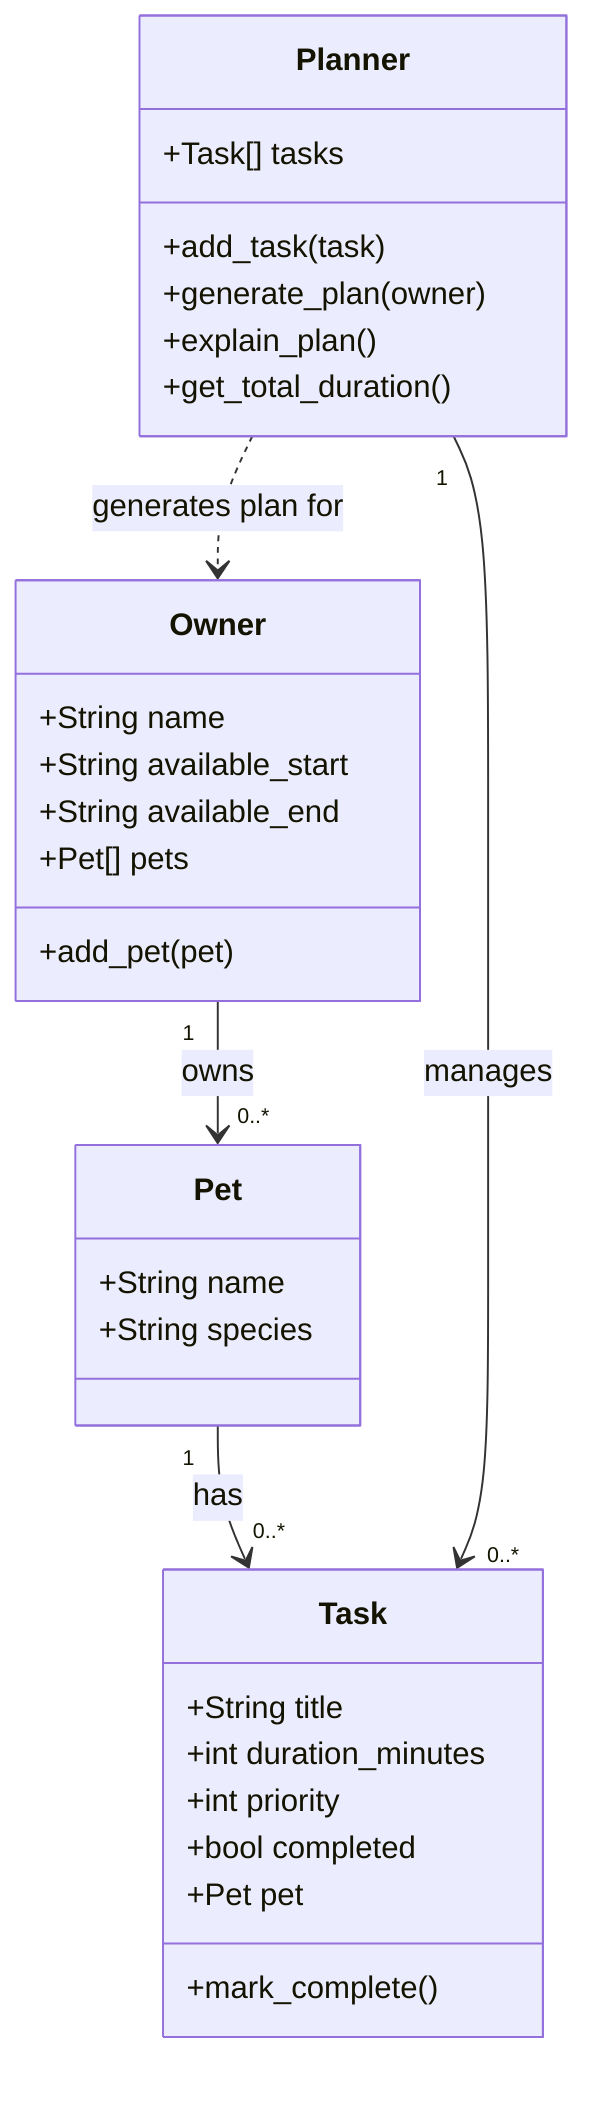
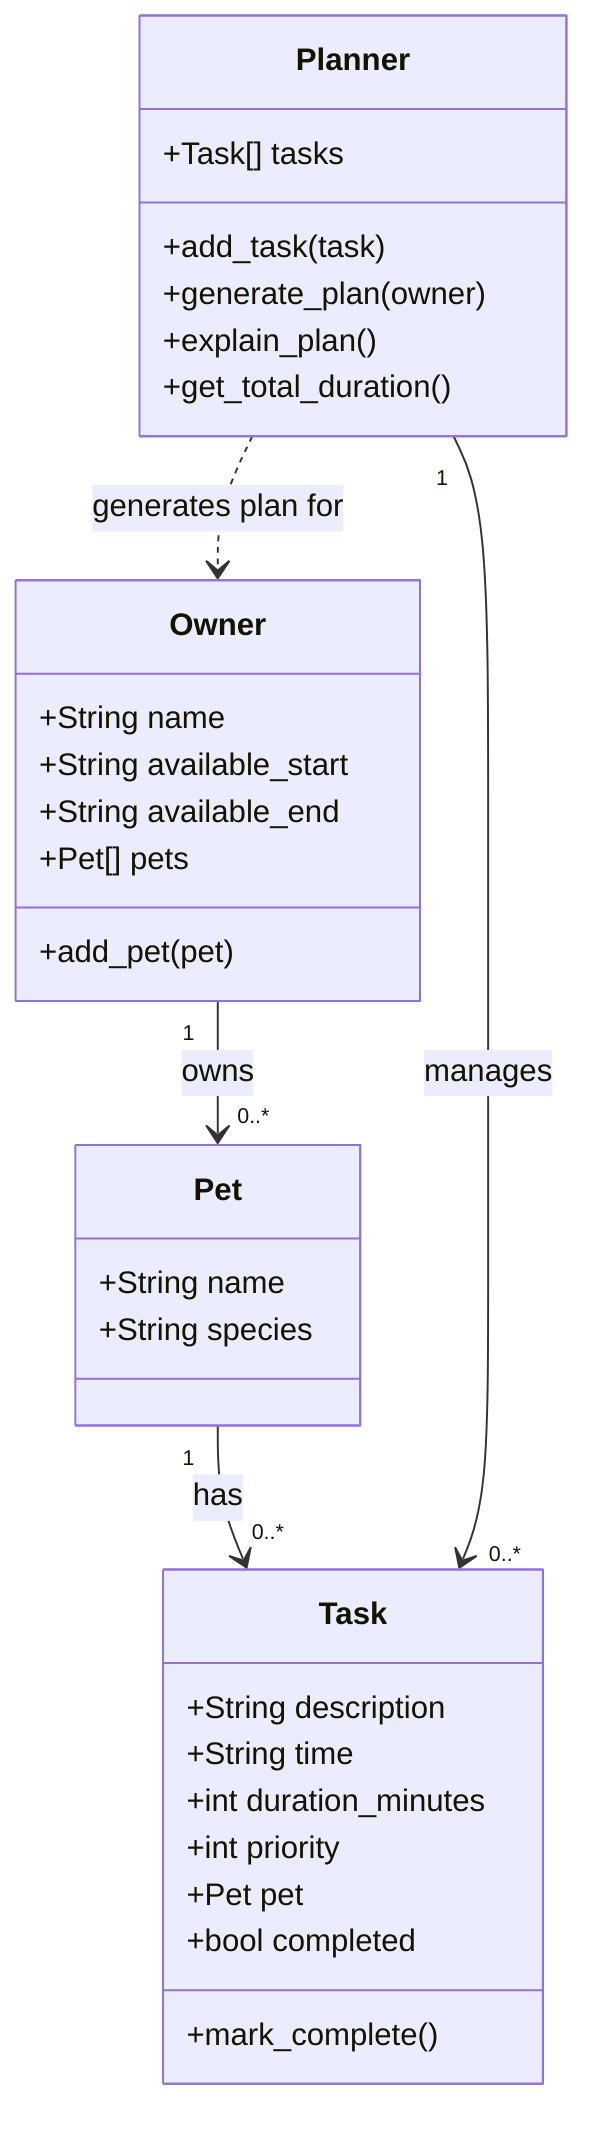
classDiagram

class Owner {
    +String name
    +String available_start
    +String available_end
    +Pet[] pets
    +add_pet(pet)
}

class Pet {
    +String name
    +String species
}

class Task {
-     +String title
+     +String description
+     +String time
    +int duration_minutes
    +int priority
+     +Pet pet
    +bool completed
-     +Pet pet
    +mark_complete()
}

class Planner {
    +Task[] tasks
    +add_task(task)
    +generate_plan(owner)
    +explain_plan()
    +get_total_duration()
}


Owner "1" --> "0..*" Pet : owns
Pet "1" --> "0..*" Task : has
Planner "1" --> "0..*" Task : manages
Planner ..> Owner : generates plan for